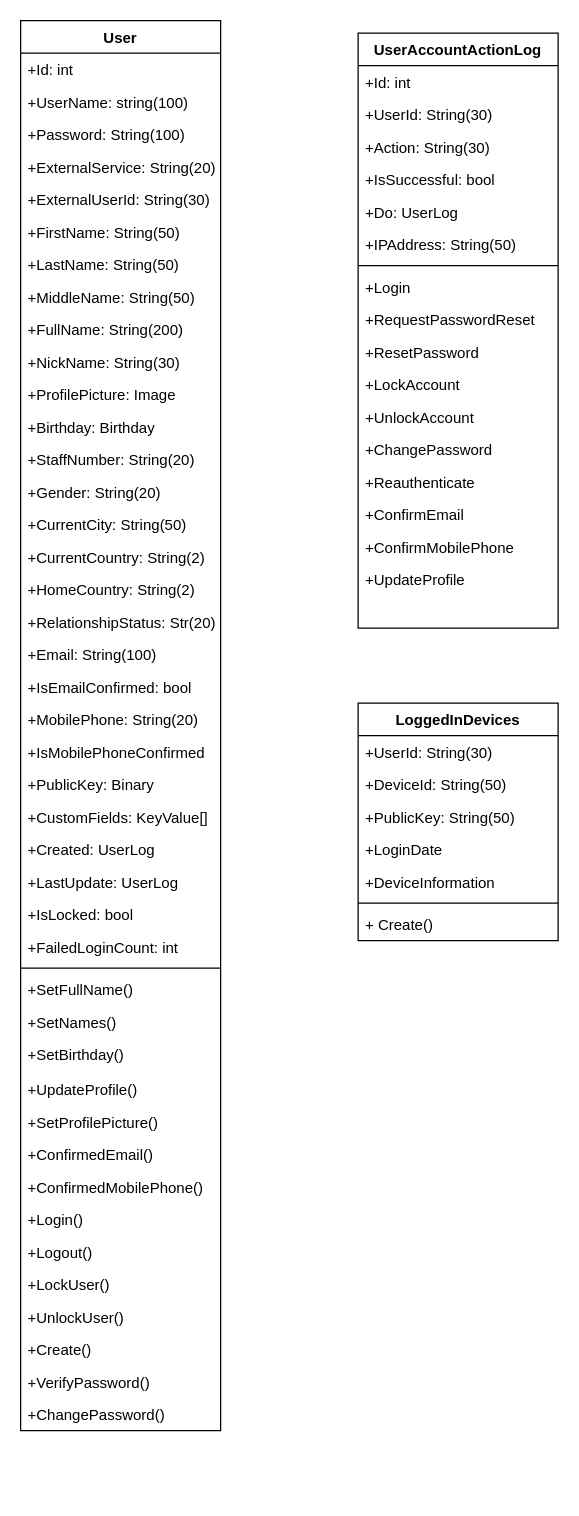
Before: Identity.drawio in hkdotneteam/hkdotnet.Framework, a draw.io diagram. Source tidied: cells renumbered, new cells numbered last; positions are measured from the earlier drawing's top-left corner, leaving out a move shared by most shapes. Both pictures are drawn from the tidied source at 125%, with x=0, y=0 at pixel (20, 20).
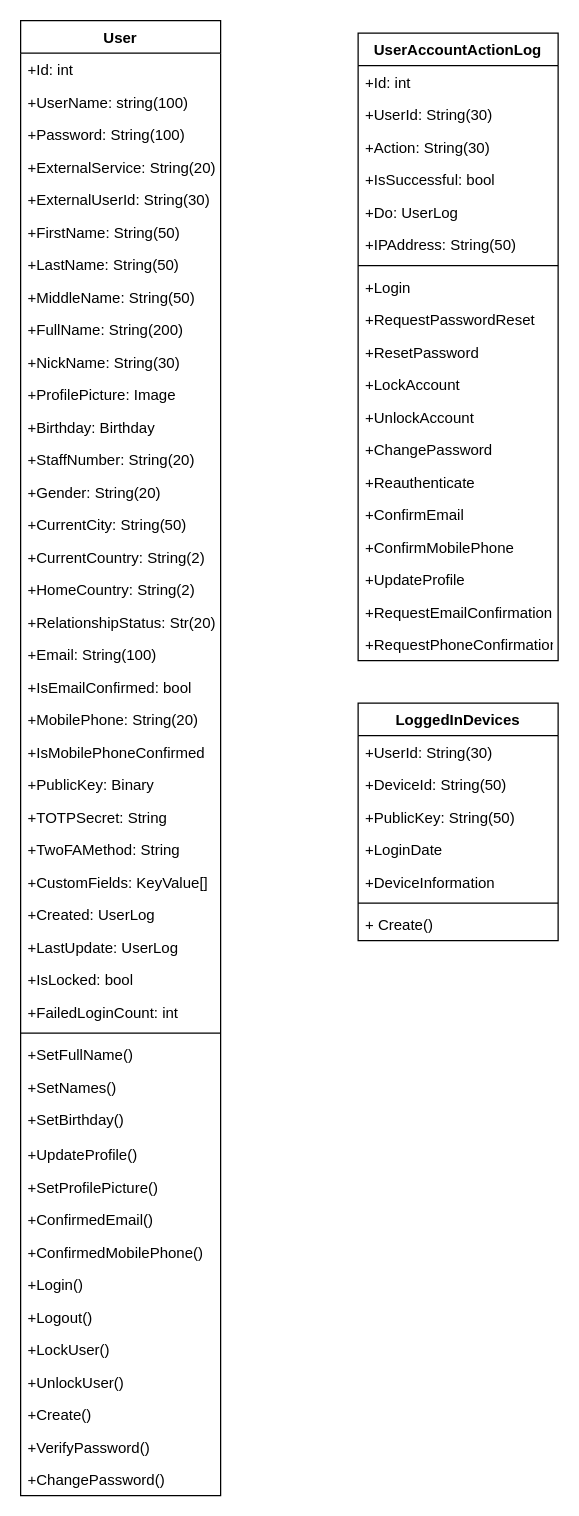
The same diagram, later.

The edit, as a diff of the source:
```diff
@@
     <mxCell id="2" value="User" style="swimlane;fontStyle=1;align=center;verticalAlign=top;horizontal=1;startSize=26;" parent="1" vertex="1">
-      <mxGeometry width="160" height="1128" as="geometry" />
+      <mxGeometry width="160" height="1180" as="geometry" />
     </mxCell>
@@
+    <mxCell id="73" value="+TOTPSecret: String" style="text;strokeColor=none;fillColor=none;align=left;verticalAlign=top;spacingLeft=4;spacingRight=4;overflow=hidden;" parent="2" vertex="1">
+      <mxGeometry y="624" width="160" height="26" as="geometry" />
+    </mxCell>
+    <mxCell id="74" value="+TwoFAMethod: String" style="text;strokeColor=none;fillColor=none;align=left;verticalAlign=top;spacingLeft=4;spacingRight=4;overflow=hidden;" parent="2" vertex="1">
+      <mxGeometry y="650" width="160" height="26" as="geometry" />
+    </mxCell>
     <mxCell id="26" value="+CustomFields: KeyValue[]" style="text;strokeColor=none;fillColor=none;align=left;verticalAlign=top;spacingLeft=4;spacingRight=4;overflow=hidden;" parent="2" vertex="1">
-      <mxGeometry y="624" width="160" height="26" as="geometry" />
+      <mxGeometry y="676" width="160" height="26" as="geometry" />
     </mxCell>
     <mxCell id="27" value="+Created: UserLog" style="text;strokeColor=none;fillColor=none;align=left;verticalAlign=top;spacingLeft=4;spacingRight=4;overflow=hidden;" parent="2" vertex="1">
-      <mxGeometry y="650" width="160" height="26" as="geometry" />
+      <mxGeometry y="702" width="160" height="26" as="geometry" />
     </mxCell>
     <mxCell id="28" value="+LastUpdate: UserLog" style="text;strokeColor=none;fillColor=none;align=left;verticalAlign=top;spacingLeft=4;spacingRight=4;overflow=hidden;" parent="2" vertex="1">
-      <mxGeometry y="676" width="160" height="26" as="geometry" />
+      <mxGeometry y="728" width="160" height="26" as="geometry" />
     </mxCell>
     <mxCell id="29" value="+IsLocked: bool" style="text;strokeColor=none;fillColor=none;align=left;verticalAlign=top;spacingLeft=4;spacingRight=4;overflow=hidden;" parent="2" vertex="1">
-      <mxGeometry y="702" width="160" height="26" as="geometry" />
+      <mxGeometry y="754" width="160" height="26" as="geometry" />
     </mxCell>
     <mxCell id="30" value="+FailedLoginCount: int" style="text;strokeColor=none;fillColor=none;align=left;verticalAlign=top;spacingLeft=4;spacingRight=4;overflow=hidden;" parent="2" vertex="1">
-      <mxGeometry y="728" width="160" height="26" as="geometry" />
+      <mxGeometry y="780" width="160" height="26" as="geometry" />
     </mxCell>
     <mxCell id="31" style="line;strokeWidth=1;fillColor=none;align=left;verticalAlign=middle;spacingTop=-1;spacingLeft=3;spacingRight=3;labelPosition=right;" parent="2" vertex="1">
-      <mxGeometry y="754" width="160" height="8" as="geometry" />
+      <mxGeometry y="806" width="160" height="8" as="geometry" />
     </mxCell>
     <mxCell id="32" value="+SetFullName()" style="text;strokeColor=none;fillColor=none;align=left;verticalAlign=top;spacingLeft=4;spacingRight=4;overflow=hidden;" parent="2" vertex="1">
-      <mxGeometry y="762" width="160" height="26" as="geometry" />
+      <mxGeometry y="814" width="160" height="26" as="geometry" />
     </mxCell>
     <mxCell id="33" value="+SetNames()" style="text;strokeColor=none;fillColor=none;align=left;verticalAlign=top;spacingLeft=4;spacingRight=4;overflow=hidden;" parent="2" vertex="1">
-      <mxGeometry y="788" width="160" height="26" as="geometry" />
+      <mxGeometry y="840" width="160" height="26" as="geometry" />
     </mxCell>
     <mxCell id="34" value="+SetBirthday()" style="text;strokeColor=none;fillColor=none;align=left;verticalAlign=top;spacingLeft=4;spacingRight=4;overflow=hidden;" parent="2" vertex="1">
-      <mxGeometry y="814" width="160" height="28" as="geometry" />
+      <mxGeometry y="866" width="160" height="28" as="geometry" />
     </mxCell>
     <mxCell id="35" value="+UpdateProfile()" style="text;strokeColor=none;fillColor=none;align=left;verticalAlign=top;spacingLeft=4;spacingRight=4;overflow=hidden;" parent="2" vertex="1">
-      <mxGeometry y="842" width="160" height="26" as="geometry" />
+      <mxGeometry y="894" width="160" height="26" as="geometry" />
     </mxCell>
     <mxCell id="36" value="+SetProfilePicture()" style="text;strokeColor=none;fillColor=none;align=left;verticalAlign=top;spacingLeft=4;spacingRight=4;overflow=hidden;" parent="2" vertex="1">
-      <mxGeometry y="868" width="160" height="26" as="geometry" />
+      <mxGeometry y="920" width="160" height="26" as="geometry" />
     </mxCell>
     <mxCell id="37" value="+ConfirmedEmail()" style="text;strokeColor=none;fillColor=none;align=left;verticalAlign=top;spacingLeft=4;spacingRight=4;overflow=hidden;" parent="2" vertex="1">
-      <mxGeometry y="894" width="160" height="26" as="geometry" />
+      <mxGeometry y="946" width="160" height="26" as="geometry" />
     </mxCell>
     <mxCell id="38" value="+ConfirmedMobilePhone()" style="text;strokeColor=none;fillColor=none;align=left;verticalAlign=top;spacingLeft=4;spacingRight=4;overflow=hidden;" parent="2" vertex="1">
-      <mxGeometry y="920" width="160" height="26" as="geometry" />
+      <mxGeometry y="972" width="160" height="26" as="geometry" />
     </mxCell>
     <mxCell id="39" value="+Login()" style="text;strokeColor=none;fillColor=none;align=left;verticalAlign=top;spacingLeft=4;spacingRight=4;overflow=hidden;" parent="2" vertex="1">
-      <mxGeometry y="946" width="160" height="26" as="geometry" />
+      <mxGeometry y="998" width="160" height="26" as="geometry" />
     </mxCell>
     <mxCell id="40" value="+Logout()" style="text;strokeColor=none;fillColor=none;align=left;verticalAlign=top;spacingLeft=4;spacingRight=4;overflow=hidden;" parent="2" vertex="1">
-      <mxGeometry y="972" width="160" height="26" as="geometry" />
+      <mxGeometry y="1024" width="160" height="26" as="geometry" />
     </mxCell>
     <mxCell id="41" value="+LockUser()" style="text;strokeColor=none;fillColor=none;align=left;verticalAlign=top;spacingLeft=4;spacingRight=4;overflow=hidden;" parent="2" vertex="1">
-      <mxGeometry y="998" width="160" height="26" as="geometry" />
+      <mxGeometry y="1050" width="160" height="26" as="geometry" />
     </mxCell>
     <mxCell id="42" value="+UnlockUser()" style="text;strokeColor=none;fillColor=none;align=left;verticalAlign=top;spacingLeft=4;spacingRight=4;overflow=hidden;" parent="2" vertex="1">
-      <mxGeometry y="1024" width="160" height="26" as="geometry" />
+      <mxGeometry y="1076" width="160" height="26" as="geometry" />
     </mxCell>
     <mxCell id="43" value="+Create()" style="text;strokeColor=none;fillColor=none;align=left;verticalAlign=top;spacingLeft=4;spacingRight=4;overflow=hidden;" parent="2" vertex="1">
-      <mxGeometry y="1050" width="160" height="26" as="geometry" />
+      <mxGeometry y="1102" width="160" height="26" as="geometry" />
     </mxCell>
     <mxCell id="44" value="+VerifyPassword()" style="text;strokeColor=none;fillColor=none;align=left;verticalAlign=top;spacingLeft=4;spacingRight=4;overflow=hidden;" parent="2" vertex="1">
-      <mxGeometry y="1076" width="160" height="26" as="geometry" />
+      <mxGeometry y="1128" width="160" height="26" as="geometry" />
     </mxCell>
     <mxCell id="45" value="+ChangePassword()" style="text;strokeColor=none;fillColor=none;align=left;verticalAlign=top;spacingLeft=4;spacingRight=4;overflow=hidden;" parent="2" vertex="1">
-      <mxGeometry y="1102" width="160" height="26" as="geometry" />
+      <mxGeometry y="1154" width="160" height="26" as="geometry" />
     </mxCell>
     <mxCell id="46" value="UserAccountActionLog" style="swimlane;fontStyle=1;align=center;verticalAlign=top;horizontal=1;startSize=26;" parent="1" vertex="1">
-      <mxGeometry x="270" y="10" width="160" height="476" as="geometry" />
+      <mxGeometry x="270" y="10" width="160" height="502" as="geometry" />
     </mxCell>
@@
-    <mxCell id="64" style="text;strokeColor=none;fillColor=none;align=left;verticalAlign=top;spacingLeft=4;spacingRight=4;overflow=hidden;" parent="46" vertex="1">
+    <mxCell id="64" value="+RequestEmailConfirmation" style="text;strokeColor=none;fillColor=none;align=left;verticalAlign=top;spacingLeft=4;spacingRight=4;overflow=hidden;" parent="46" vertex="1">
       <mxGeometry y="450" width="160" height="26" as="geometry" />
     </mxCell>
+    <mxCell id="75" value="+RequestPhoneConfirmation" style="text;strokeColor=none;fillColor=none;align=left;verticalAlign=top;spacingLeft=4;spacingRight=4;overflow=hidden;" parent="46" vertex="1">
+      <mxGeometry y="476" width="160" height="26" as="geometry" />
+    </mxCell>
```
